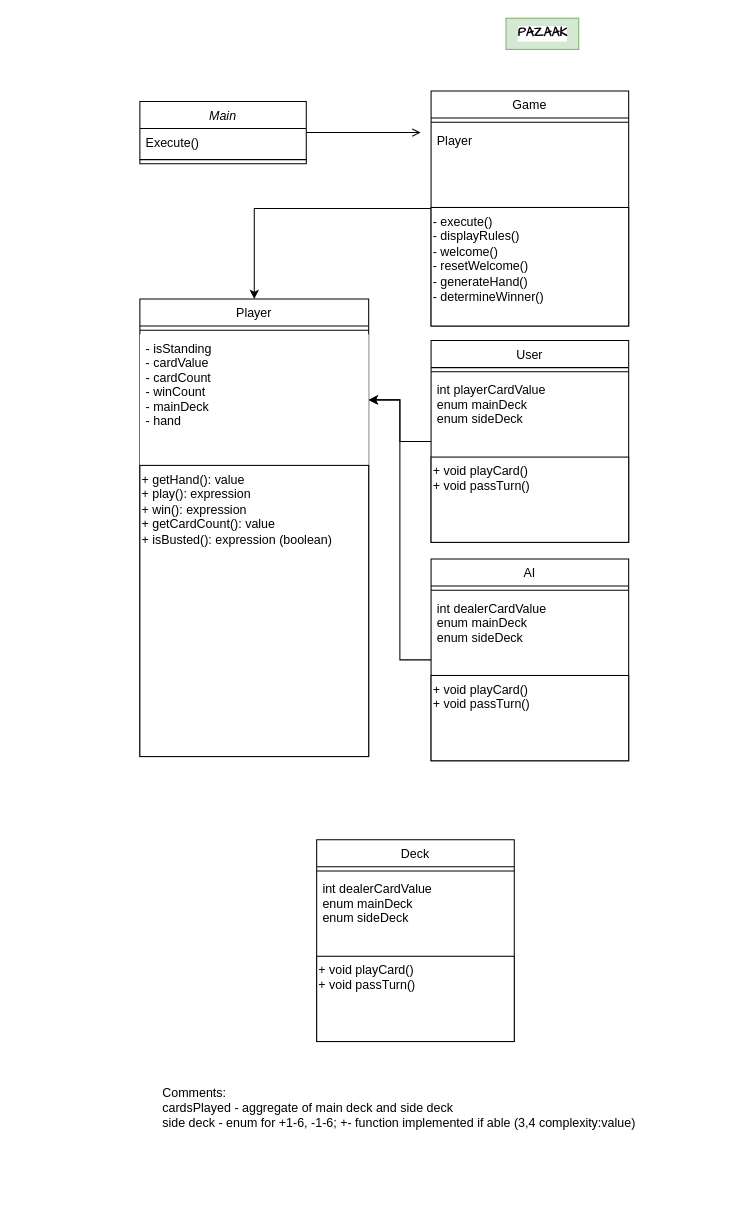
This is page "Class_UML" (1 of 2) of Pazaak_UML.drawio from prostodevs/Pazaak, a draw.io file, before an edit. Source tidied: cells renumbered, new cells numbered last; positions are measured from the earlier drawing's top-left corner, leaving out a move shared by most shapes. Both pictures are drawn from the tidied source at 104%, with x=0, y=0 at pixel (139, 18).
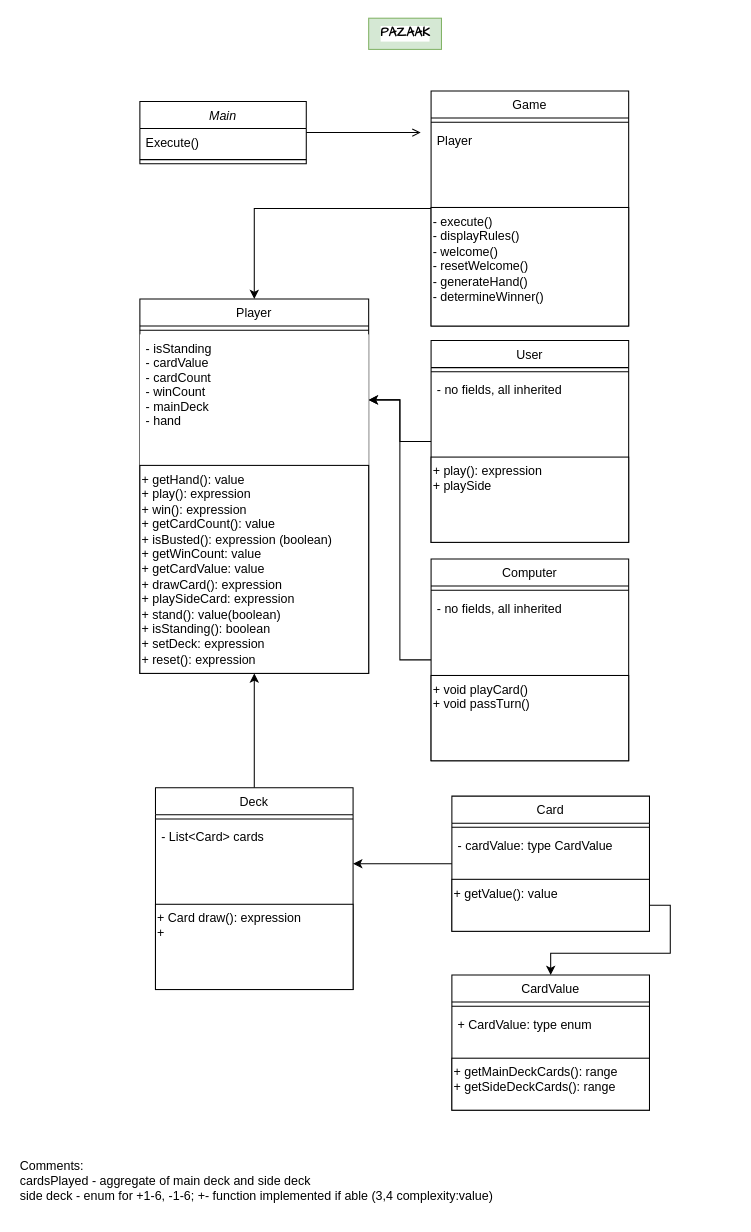
The same page after the edit.

Commit message (it also covers changes not shown here):
updated UML and user class

Unchanged cells that the change refers to:
```xml
<mxCell id="13" value="User" style="swimlane;fontStyle=0;align=center;verticalAlign=top;horizontal=1;startSize=26;rounded=0;shadow=0;strokeWidth=1;" parent="1" vertex="1">
  <mxGeometry x="280" y="310" width="190" height="194" as="geometry" />
</mxCell>
```

What changed in the source:
```diff
@@
     <mxCell id="11" value="PAZAAK" style="text;html=1;align=center;verticalAlign=middle;strokeColor=#82b366;fillColor=#d5e8d4;fontFamily=Comic Sans MS;fontStyle=1;labelBackgroundColor=default;" parent="1" vertex="1">
-      <mxGeometry x="352" width="70" height="30" as="geometry" />
+      <mxGeometry x="220" width="70" height="30" as="geometry" />
     </mxCell>
@@
-    <mxCell id="15" value="int playerCardValue&#10;enum mainDeck&#10;enum sideDeck" style="text;align=left;verticalAlign=top;spacingLeft=4;spacingRight=4;overflow=hidden;rounded=0;shadow=0;html=0;" parent="13" vertex="1">
+    <mxCell id="15" value="- no fields, all inherited" style="text;align=left;verticalAlign=top;spacingLeft=4;spacingRight=4;overflow=hidden;rounded=0;shadow=0;html=0;" parent="13" vertex="1">
       <mxGeometry y="34" width="190" height="78" as="geometry" />
     </mxCell>
-    <mxCell id="16" value="&lt;span&gt;+ void playCard()&lt;br&gt;+ void passTurn()&lt;br&gt;&lt;/span&gt;" style="rounded=0;whiteSpace=wrap;html=1;align=left;verticalAlign=top;" parent="13" vertex="1">
+    <mxCell id="16" value="&lt;span&gt;+ play(): expression&lt;br&gt;+ playSide&lt;br&gt;&lt;/span&gt;" style="rounded=0;whiteSpace=wrap;html=1;align=left;verticalAlign=top;" parent="13" vertex="1">
       <mxGeometry y="112" width="190" height="82" as="geometry" />
     </mxCell>
@@
-    <mxCell id="18" value="AI" style="swimlane;fontStyle=0;align=center;verticalAlign=top;horizontal=1;startSize=26;rounded=0;shadow=0;strokeWidth=1;" parent="1" vertex="1">
+    <mxCell id="18" value="Computer" style="swimlane;fontStyle=0;align=center;verticalAlign=top;horizontal=1;startSize=26;rounded=0;shadow=0;strokeWidth=1;" parent="1" vertex="1">
       <mxGeometry x="280" y="520" width="190" height="194" as="geometry" />
     </mxCell>
@@
-    <mxCell id="20" value="int dealerCardValue&#10;enum mainDeck&#10;enum sideDeck" style="text;align=left;verticalAlign=top;spacingLeft=4;spacingRight=4;overflow=hidden;rounded=0;shadow=0;html=0;" parent="18" vertex="1">
+    <mxCell id="20" value="- no fields, all inherited" style="text;align=left;verticalAlign=top;spacingLeft=4;spacingRight=4;overflow=hidden;rounded=0;shadow=0;html=0;" parent="18" vertex="1">
       <mxGeometry y="34" width="190" height="78" as="geometry" />
     </mxCell>
@@
     <mxCell id="22" value="Comments:&lt;br&gt;cardsPlayed - aggregate of main deck and side deck&lt;br&gt;side deck - enum for +1-6, -1-6; +- function implemented if able (3,4 complexity:value)" style="text;html=1;strokeColor=none;fillColor=none;align=left;verticalAlign=top;whiteSpace=wrap;rounded=0;" parent="1" vertex="1">
-      <mxGeometry x="20" y="1020" width="550" height="110" as="geometry" />
+      <mxGeometry x="-117" y="1090" width="550" height="60" as="geometry" />
     </mxCell>
     <mxCell id="23" value="Player" style="swimlane;fontStyle=0;align=center;verticalAlign=top;horizontal=1;startSize=26;rounded=0;shadow=0;strokeWidth=1;" parent="1" vertex="1">
-      <mxGeometry y="270" width="220" height="440" as="geometry" />
+      <mxGeometry y="270" width="220" height="360" as="geometry" />
     </mxCell>
@@
-    <mxCell id="26" value="&lt;span&gt;+ getHand(): value&lt;br&gt;+ play(): expression&lt;br&gt;+ win(): expression&lt;br&gt;+ getCardCount(): value&lt;br&gt;+ isBusted(): expression (boolean)&lt;br&gt;&lt;/span&gt;" style="rounded=0;whiteSpace=wrap;html=1;align=left;verticalAlign=top;" parent="23" vertex="1">
-      <mxGeometry y="160" width="220" height="280" as="geometry" />
+    <mxCell id="26" value="&lt;span&gt;+ getHand(): value&lt;br&gt;+ play(): expression&lt;br&gt;+ win(): expression&lt;br&gt;+ getCardCount(): value&lt;br&gt;+ isBusted(): expression (boolean)&lt;br&gt;+ getWinCount: value&lt;br&gt;+ getCardValue: value&lt;br&gt;+ drawCard(): expression&lt;br&gt;+ playSideCard: expression&lt;br&gt;+ stand(): value(boolean)&lt;br&gt;+ isStanding(): boolean&lt;br&gt;+ setDeck: expression&lt;br&gt;+ reset(): expression&lt;br&gt;&lt;/span&gt;" style="rounded=0;whiteSpace=wrap;html=1;align=left;verticalAlign=top;" parent="23" vertex="1">
+      <mxGeometry y="160" width="220" height="200" as="geometry" />
     </mxCell>
+    <mxCell id="31" style="edgeStyle=orthogonalEdgeStyle;rounded=0;jettySize=auto;html=1;exitX=0.5;exitY=0;exitDx=0;exitDy=0;entryX=0.5;entryY=1;entryDx=0;entryDy=0;" parent="1" edge="1" source="27" target="23">
+      <mxGeometry relative="1" as="geometry" />
+    </mxCell>
     <mxCell id="27" value="Deck" style="swimlane;fontStyle=0;align=center;verticalAlign=top;horizontal=1;startSize=26;rounded=0;shadow=0;strokeWidth=1;" parent="1" vertex="1">
-      <mxGeometry x="170" y="790" width="190" height="194" as="geometry" />
+      <mxGeometry x="15" y="740" width="190" height="194" as="geometry" />
     </mxCell>
@@
-    <mxCell id="29" value="int dealerCardValue&#10;enum mainDeck&#10;enum sideDeck" style="text;align=left;verticalAlign=top;spacingLeft=4;spacingRight=4;overflow=hidden;points=[[0,0.5],[1,0.5]];portConstraint=eastwest;rounded=0;shadow=0;html=0;" parent="27" vertex="1">
+    <mxCell id="29" value="- List&lt;Card&gt; cards&#10;" style="text;align=left;verticalAlign=top;spacingLeft=4;spacingRight=4;overflow=hidden;points=[[0,0.5],[1,0.5]];portConstraint=eastwest;rounded=0;shadow=0;html=0;" parent="27" vertex="1">
       <mxGeometry y="34" width="190" height="78" as="geometry" />
     </mxCell>
-    <mxCell id="30" value="&lt;span&gt;+ void playCard()&lt;br&gt;+ void passTurn()&lt;br&gt;&lt;/span&gt;" style="rounded=0;whiteSpace=wrap;html=1;align=left;verticalAlign=top;" parent="27" vertex="1">
+    <mxCell id="30" value="&lt;span&gt;+ Card draw(): expression&lt;br&gt;+&amp;nbsp;&lt;br&gt;&lt;/span&gt;" style="rounded=0;whiteSpace=wrap;html=1;align=left;verticalAlign=top;" parent="27" vertex="1">
       <mxGeometry y="112" width="190" height="82" as="geometry" />
     </mxCell>
+    <mxCell id="32" style="edgeStyle=orthogonalEdgeStyle;rounded=0;jettySize=auto;html=1;entryX=1;entryY=0.5;entryDx=0;entryDy=0;" parent="1" edge="1" source="33" target="29">
+      <mxGeometry relative="1" as="geometry" />
+    </mxCell>
+    <mxCell id="33" value="Card" style="swimlane;fontStyle=0;align=center;verticalAlign=top;horizontal=1;startSize=26;rounded=0;shadow=0;strokeWidth=1;" parent="1" vertex="1">
+      <mxGeometry x="300" y="748" width="190" height="130" as="geometry" />
+    </mxCell>
+    <mxCell id="34" style="line;html=1;strokeWidth=1;align=left;verticalAlign=middle;spacingTop=-1;spacingLeft=3;spacingRight=3;labelPosition=right;" parent="33" vertex="1">
+      <mxGeometry y="26" width="190" height="8" as="geometry" />
+    </mxCell>
+    <mxCell id="35" value="- cardValue: type CardValue" style="text;align=left;verticalAlign=top;spacingLeft=4;spacingRight=4;overflow=hidden;rounded=0;shadow=0;html=0;" parent="33" vertex="1">
+      <mxGeometry y="34" width="190" height="46" as="geometry" />
+    </mxCell>
+    <mxCell id="36" value="&lt;span&gt;+ getValue(): value&lt;br&gt;&lt;/span&gt;" style="rounded=0;whiteSpace=wrap;html=1;align=left;verticalAlign=top;" parent="33" vertex="1">
+      <mxGeometry y="80" width="190" height="50" as="geometry" />
+    </mxCell>
+    <mxCell id="37" value="CardValue" style="swimlane;fontStyle=0;align=center;verticalAlign=top;horizontal=1;startSize=26;rounded=0;shadow=0;strokeWidth=1;" parent="1" vertex="1">
+      <mxGeometry x="300" y="920" width="190" height="130" as="geometry" />
+    </mxCell>
+    <mxCell id="38" style="line;html=1;strokeWidth=1;align=left;verticalAlign=middle;spacingTop=-1;spacingLeft=3;spacingRight=3;labelPosition=right;" parent="37" vertex="1">
+      <mxGeometry y="26" width="190" height="8" as="geometry" />
+    </mxCell>
+    <mxCell id="39" value="+ CardValue: type enum" style="text;align=left;verticalAlign=top;spacingLeft=4;spacingRight=4;overflow=hidden;rounded=0;shadow=0;html=0;" parent="37" vertex="1">
+      <mxGeometry y="34" width="190" height="46" as="geometry" />
+    </mxCell>
+    <mxCell id="40" value="&lt;span&gt;+ getMainDeckCards(): range&lt;br&gt;+ getSideDeckCards(): range&lt;br&gt;&lt;/span&gt;" style="rounded=0;whiteSpace=wrap;html=1;align=left;verticalAlign=top;" parent="37" vertex="1">
+      <mxGeometry y="80" width="190" height="50" as="geometry" />
+    </mxCell>
+    <mxCell id="41" style="edgeStyle=orthogonalEdgeStyle;rounded=0;jettySize=auto;html=1;exitX=1;exitY=0.5;exitDx=0;exitDy=0;entryX=0.5;entryY=0;entryDx=0;entryDy=0;" parent="1" edge="1" source="36" target="37">
+      <mxGeometry relative="1" as="geometry" />
+    </mxCell>
```
